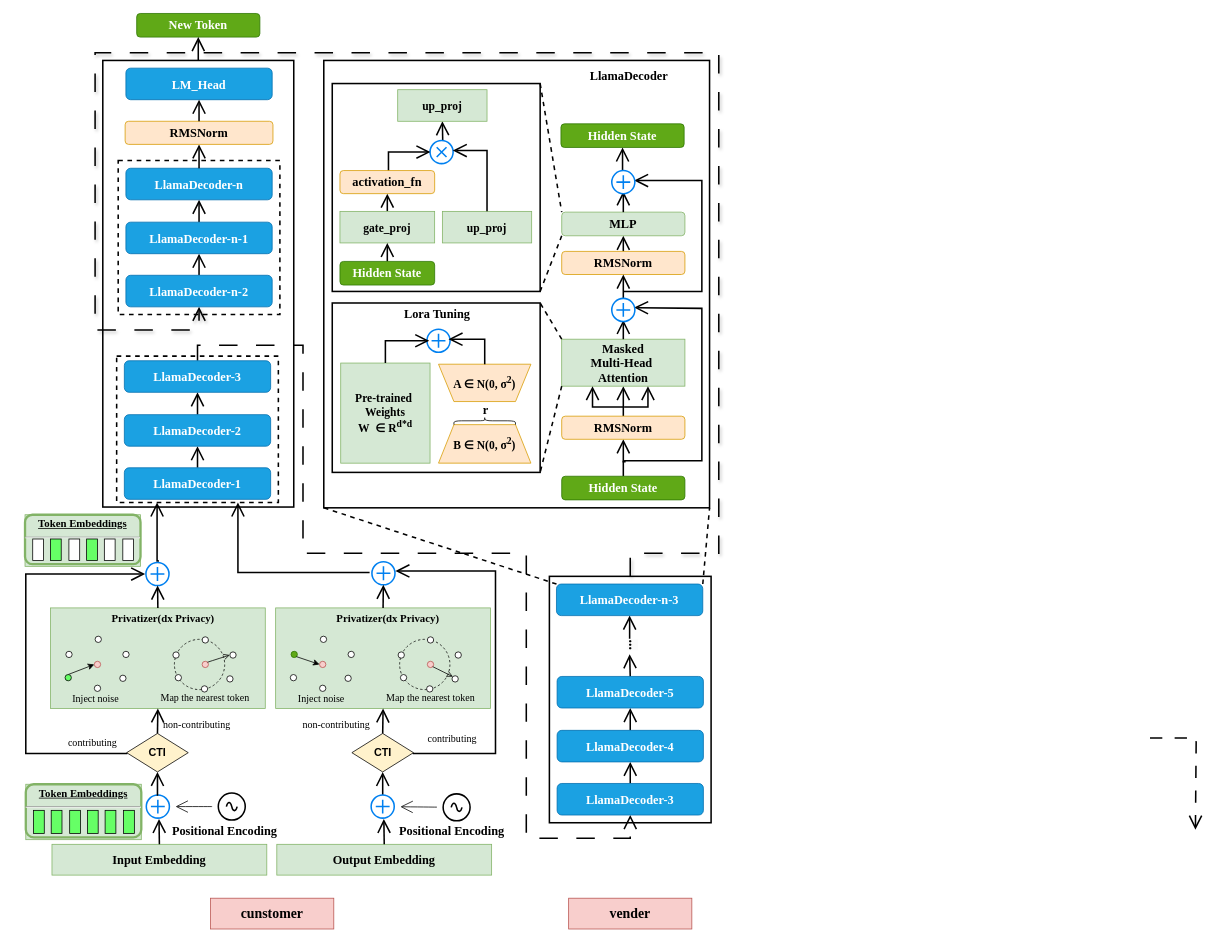
dtera/cnt keeps this draw.io diagram as page "FedCasualLM" (1 of 2) of diagrams/Federated_SAP_Diagram.drawio. Above is the earlier version. Source tidied: cells renumbered, new cells numbered last; positions are measured from the earlier drawing's top-left corner, leaving out a move shared by most shapes. Both pictures are drawn from the tidied source at 77%, with x=0, y=0 at pixel (18, 13).
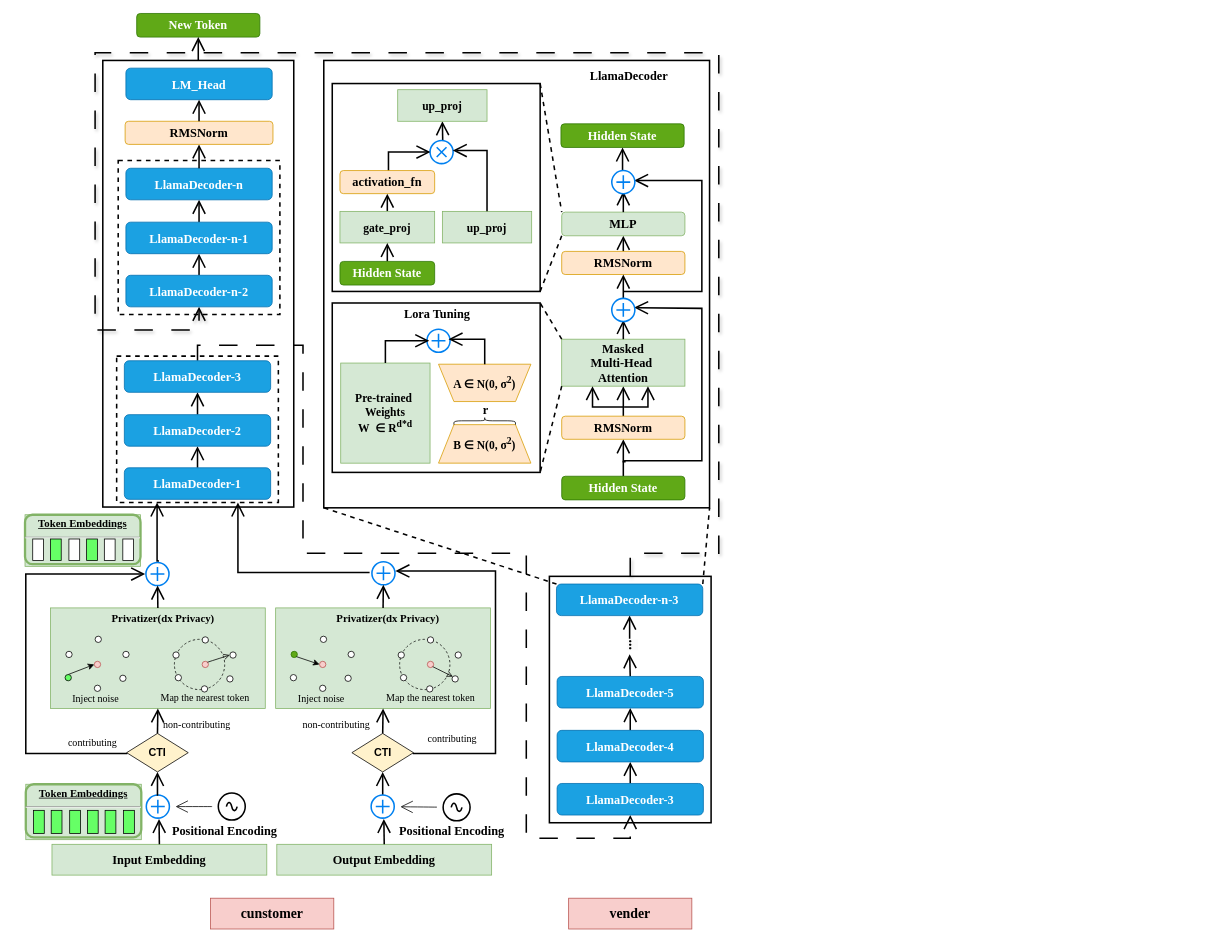
After the change.

The edit, as a diff of the source:
```diff
@@
-    <mxCell id="37" style="edgeStyle=orthogonalEdgeStyle;orthogonalLoop=1;jettySize=auto;html=1;rounded=0;fontFamily=Architects Daughter;fontSize=16;startSize=14;endArrow=open;endSize=14;sourcePerimeterSpacing=8;targetPerimeterSpacing=8;strokeWidth=2;flowAnimation=1;dashed=1;dashPattern=8 8;" parent="1" edge="1">
-      <mxGeometry relative="1" as="geometry">
-        <mxPoint x="1469" y="941" as="sourcePoint" />
-        <mxPoint x="1528" y="1060" as="targetPoint" />
-        <Array as="points">
-          <mxPoint x="1529" y="941" />
-        </Array>
-      </mxGeometry>
-    </mxCell>
```
